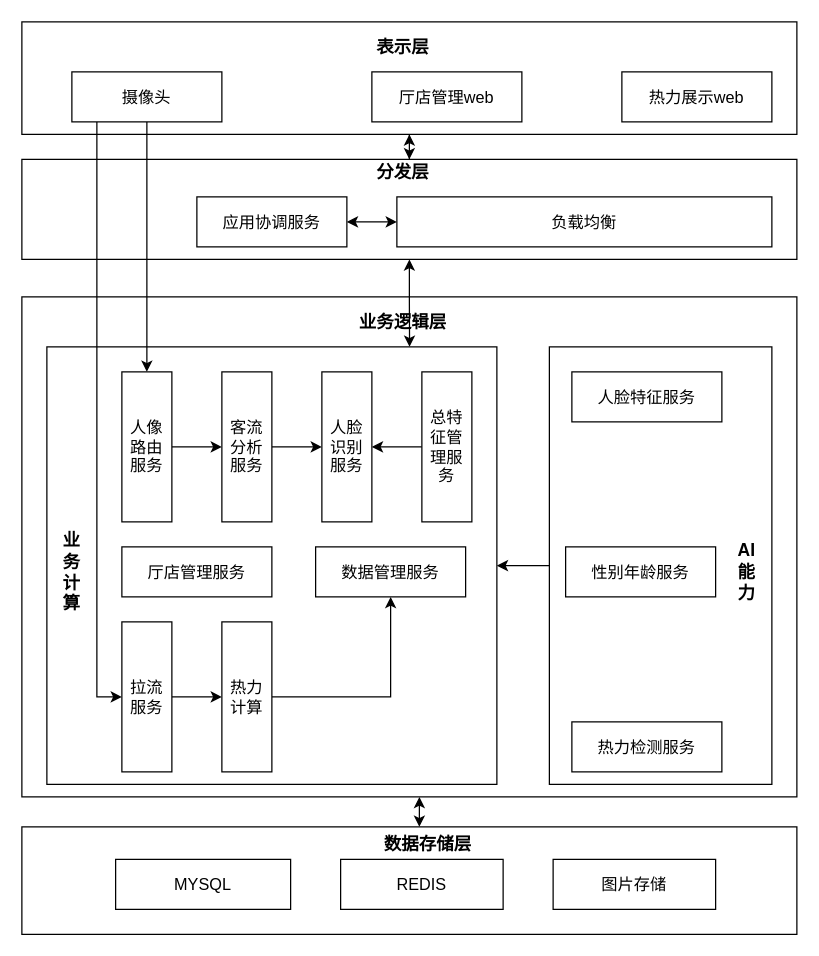
This is page "逻辑架构" (4 of 4) of 客流分析.drawio from xiaoxinyi/draw-io, a draw.io file, before an edit. Source tidied: cells renumbered, new cells numbered last; positions are measured from the earlier drawing's top-left corner, leaving out a move shared by most shapes. Both pictures are drawn from the tidied source at 125%, with x=0, y=0 at pixel (21, 21).
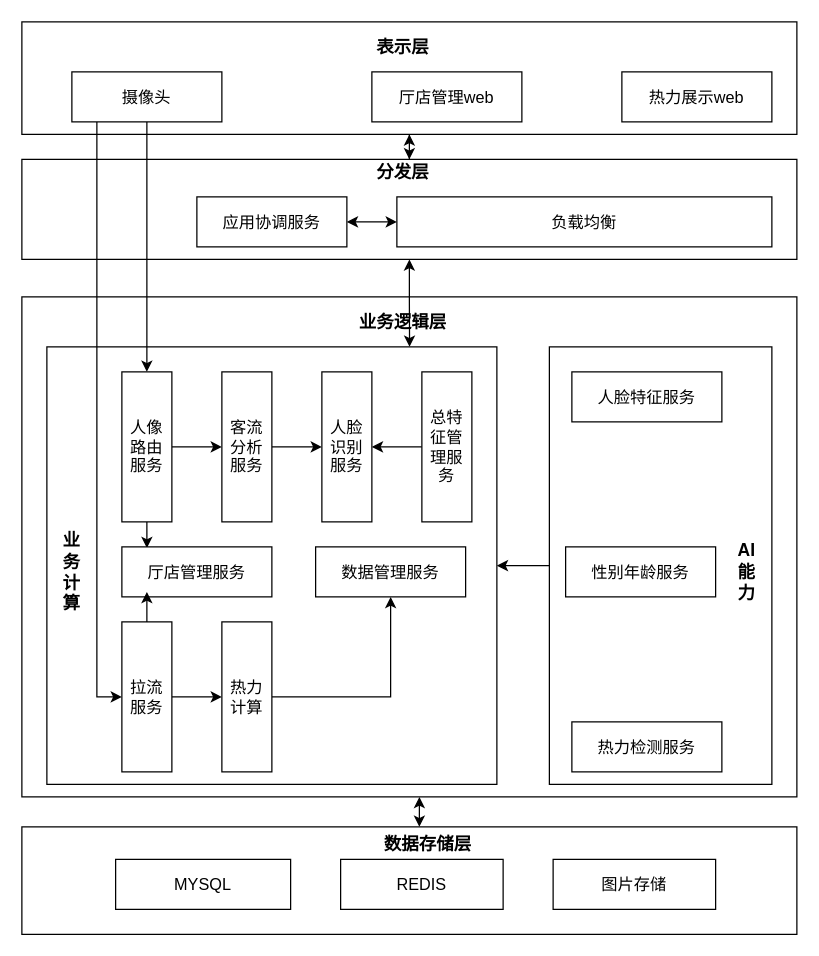
The same diagram, later.

Unchanged cells that the change refers to:
```xml
<mxCell id="14" value="人像路由服务" style="rounded=0;whiteSpace=wrap;html=1;fontSize=13;" parent="1" vertex="1">
  <mxGeometry x="80" y="280" width="40" height="120" as="geometry" />
</mxCell>
<mxCell id="15" value="厅店管理服务" style="rounded=0;whiteSpace=wrap;html=1;fontSize=13;" parent="1" vertex="1">
  <mxGeometry x="80" y="420" width="120" height="40" as="geometry" />
</mxCell>
<mxCell id="17" value="拉流服务" style="rounded=0;whiteSpace=wrap;html=1;fontSize=13;" parent="1" vertex="1">
  <mxGeometry x="80" y="480" width="40" height="120" as="geometry" />
</mxCell>
```

What changed in the source:
```diff
@@
+    <mxCell id="45" style="edgeStyle=orthogonalEdgeStyle;rounded=0;jettySize=auto;html=1;entryX=0.167;entryY=0.025;entryDx=0;entryDy=0;entryPerimeter=0;startArrow=none;startFill=0;strokeWidth=1;fontSize=13;" parent="1" edge="1" source="14" target="15">
+      <mxGeometry relative="1" as="geometry" />
+    </mxCell>
@@
+    <mxCell id="46" style="edgeStyle=orthogonalEdgeStyle;rounded=0;jettySize=auto;html=1;startArrow=none;startFill=0;strokeWidth=1;fontSize=13;exitX=0.5;exitY=0;exitDx=0;exitDy=0;" parent="1" edge="1" source="17">
+      <mxGeometry relative="1" as="geometry">
+        <mxPoint x="100" y="456" as="targetPoint" />
+      </mxGeometry>
+    </mxCell>
```
